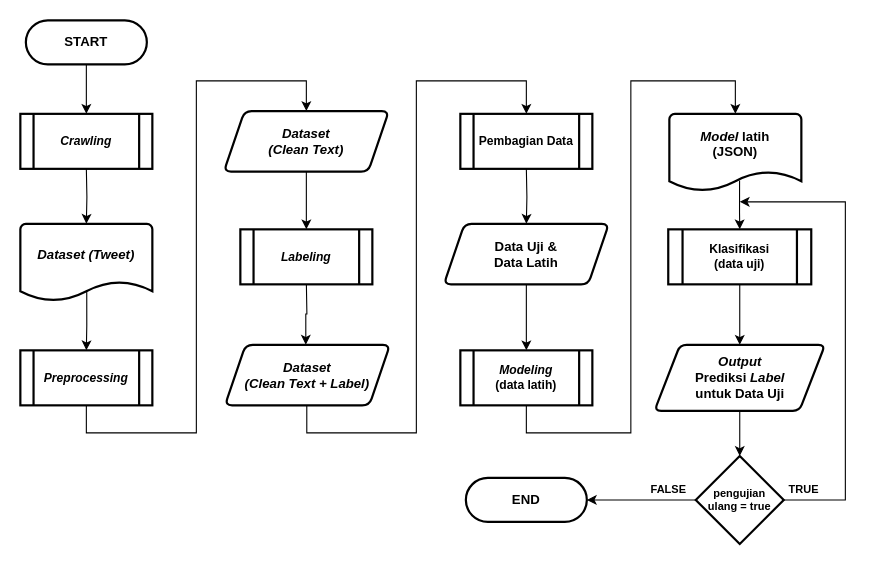
muspriandi/TextMining-SentimentAnalysis keeps this draw.io diagram as Dokumen TA/Paper/Flowchart/Flowchart keseluruhan proses sistem.drawio. Above is the earlier version. Source tidied: cells renumbered, new cells numbered last; positions are measured from the earlier drawing's top-left corner, leaving out a move shared by most shapes. Both pictures are drawn from the tidied source at 110%, with x=0, y=0 at pixel (20, 20).
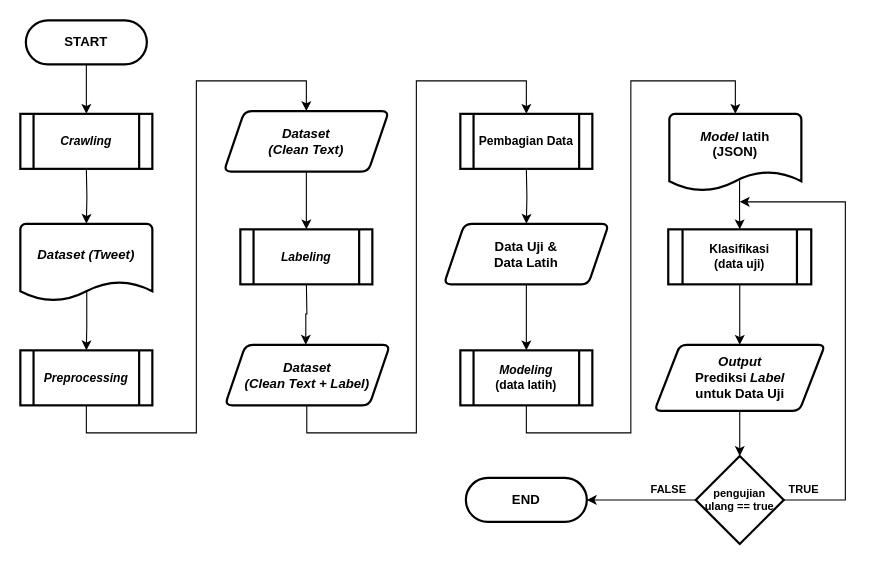
After the change.

The edit, as a diff of the source:
```diff
@@
-    <mxCell id="31" value="&lt;b&gt;pengujian &lt;br&gt;ulang = true&lt;/b&gt;" style="rhombus;whiteSpace=wrap;html=1;strokeWidth=2;fontSize=10;" parent="1" vertex="1">
+    <mxCell id="31" value="&lt;b&gt;pengujian &lt;br&gt;ulang == true&lt;/b&gt;" style="rhombus;whiteSpace=wrap;html=1;strokeWidth=2;fontSize=10;" parent="1" vertex="1">
       <mxGeometry x="614" y="396" width="80" height="80" as="geometry" />
     </mxCell>
```
